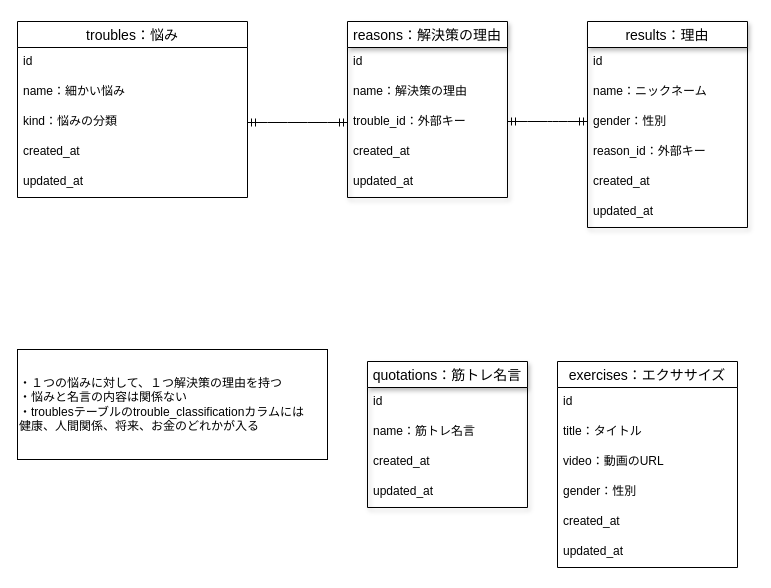
shogo-08020318/MUKINATOR keeps this draw.io diagram as ERD.dio. Above is the earlier version. Source tidied: cells renumbered, new cells numbered last; positions are measured from the earlier drawing's top-left corner, leaving out a move shared by most shapes. Both pictures are drawn from the tidied source at 100%, with x=0, y=0 at pixel (17, 21).
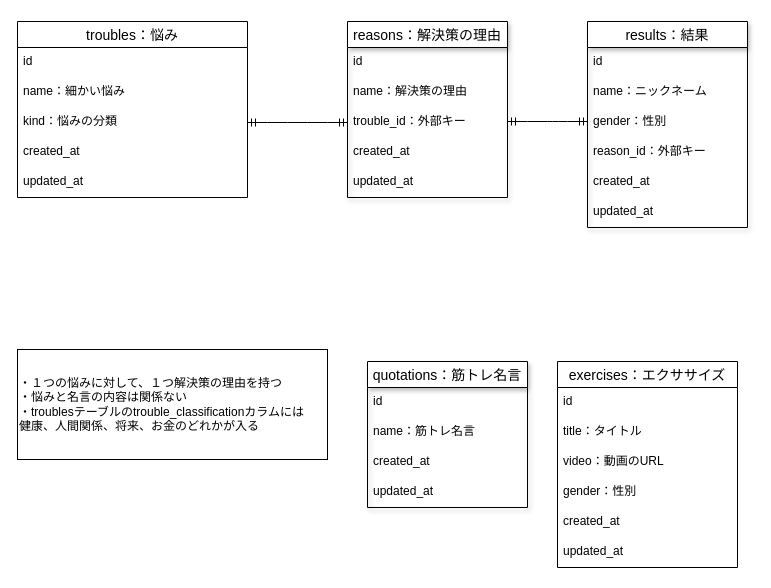
The same diagram, later.

Commit message:
Fix: テーブル説明のコメント修正

The edit, as a diff of the source:
```diff
@@
-    <mxCell id="28" value="results：理由" style="swimlane;fontStyle=0;horizontal=1;startSize=26;align=center;fontSize=14;shadow=1;" parent="1" vertex="1">
+    <mxCell id="28" value="results：結果" style="swimlane;fontStyle=0;horizontal=1;startSize=26;align=center;fontSize=14;shadow=1;" parent="1" vertex="1">
       <mxGeometry x="570" width="160" height="206" as="geometry" />
     </mxCell>
```
